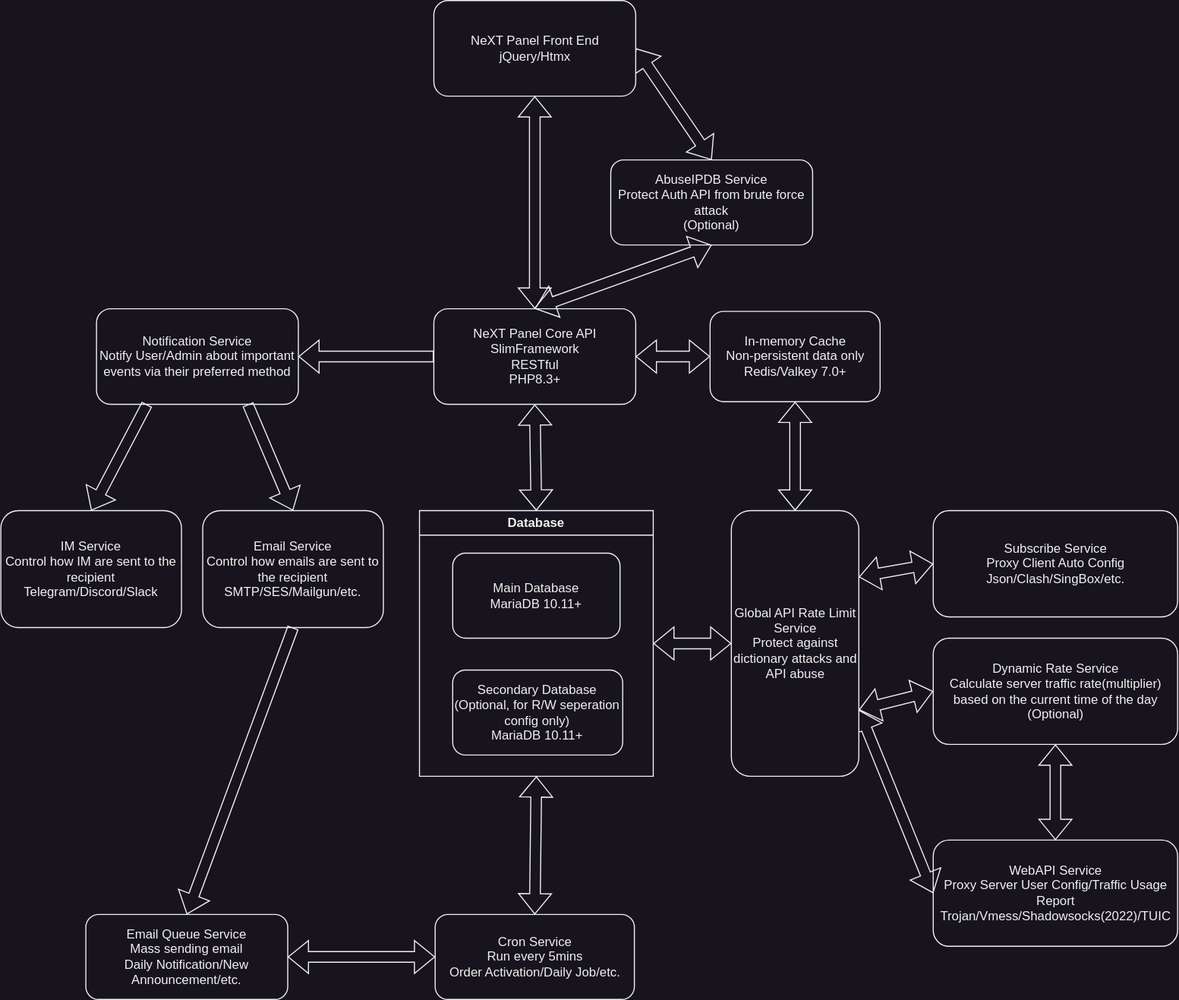
The-NeXT-Project/Docs keeps this draw.io diagram as static/img/system-architecture.svg. Above is the earlier version. Source tidied: cells renumbered, new cells last; positions are measured from the earlier drawing's top-left corner, leaving out a move shared by most shapes.
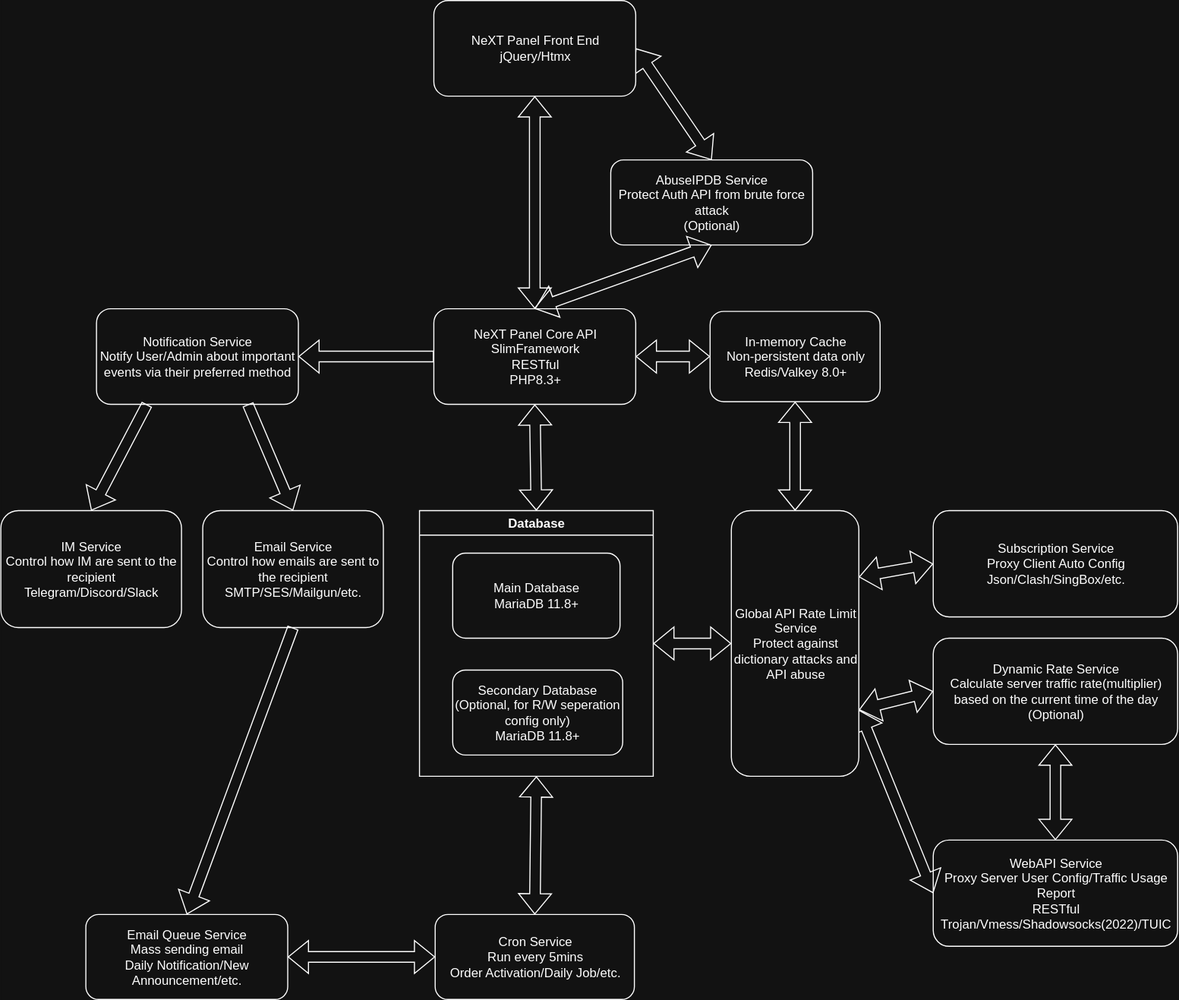
After the commit.

Diff of the diagram source:
```diff
@@ -8,16 +8,16 @@
     <mxCell id="3" value="Database" style="swimlane;whiteSpace=wrap;html=1;startSize=23;" parent="1" vertex="1">
       <mxGeometry x="394" y="480" width="220" height="250" as="geometry" />
     </mxCell>
-    <mxCell id="4" value="Secondary Database&lt;div&gt;(Optional, for R/W seperation config only)&lt;br&gt;&lt;div&gt;MariaDB 10.11+&lt;/div&gt;&lt;/div&gt;" style="rounded=1;whiteSpace=wrap;html=1;" parent="3" vertex="1">
+    <mxCell id="4" value="Secondary Database&lt;div&gt;(Optional, for R/W seperation config only)&lt;br&gt;&lt;div&gt;MariaDB 11.8+&lt;/div&gt;&lt;/div&gt;" style="rounded=1;whiteSpace=wrap;html=1;" parent="3" vertex="1">
       <mxGeometry x="31.2" y="150" width="160" height="80" as="geometry" />
     </mxCell>
-    <mxCell id="5" value="Main Database&lt;div&gt;MariaDB 10.11+&lt;/div&gt;" style="rounded=1;whiteSpace=wrap;html=1;" parent="3" vertex="1">
+    <mxCell id="5" value="Main Database&lt;div&gt;MariaDB 11.8+&lt;/div&gt;" style="rounded=1;whiteSpace=wrap;html=1;" parent="3" vertex="1">
       <mxGeometry x="31.2" y="40" width="157.5" height="80" as="geometry" />
     </mxCell>
     <mxCell id="6" style="shape=flexArrow;endArrow=classic;startArrow=classic;html=1;rounded=0;entryX=0.5;entryY=1;entryDx=0;entryDy=0;exitX=0.5;exitY=0;exitDx=0;exitDy=0;" parent="1" edge="1" source="3" target="2">
       <mxGeometry relative="1" as="geometry" />
     </mxCell>
-    <mxCell id="7" value="In-memory Cache&lt;div&gt;Non-persistent data only&lt;/div&gt;&lt;div&gt;Redis/Valkey 7.0+&lt;/div&gt;" style="rounded=1;whiteSpace=wrap;html=1;" parent="1" vertex="1">
+    <mxCell id="7" value="In-memory Cache&lt;div&gt;Non-persistent data only&lt;/div&gt;&lt;div&gt;Redis/Valkey 8.0+&lt;/div&gt;" style="rounded=1;whiteSpace=wrap;html=1;" parent="1" vertex="1">
       <mxGeometry x="667.5" y="292.5" width="160" height="85" as="geometry" />
     </mxCell>
     <mxCell id="8" value="Cron Service&lt;div&gt;Run every 5mins&lt;/div&gt;&lt;div&gt;Order Activation/Daily Job/etc.&lt;/div&gt;" style="rounded=1;whiteSpace=wrap;html=1;" parent="1" vertex="1">
@@ -26,7 +26,7 @@
     <mxCell id="9" style="shape=flexArrow;endArrow=classic;startArrow=classic;html=1;rounded=0;entryX=0;entryY=0.5;entryDx=0;entryDy=0;exitX=1;exitY=0.5;exitDx=0;exitDy=0;" parent="1" edge="1" source="2" target="7">
       <mxGeometry relative="1" as="geometry" />
     </mxCell>
-    <mxCell id="10" value="WebAPI Service&lt;div&gt;Proxy Server User Config/Traffic Usage Report&lt;/div&gt;&lt;div&gt;Trojan/Vmess/Shadowsocks(2022)/TUIC&lt;/div&gt;" style="rounded=1;whiteSpace=wrap;html=1;" parent="1" vertex="1">
+    <mxCell id="10" value="WebAPI Service&lt;div&gt;Proxy Server User Config/Traffic Usage Report&lt;/div&gt;&lt;div&gt;RESTful&lt;/div&gt;&lt;div&gt;Trojan/Vmess/Shadowsocks(2022)/TUIC&lt;/div&gt;" style="rounded=1;whiteSpace=wrap;html=1;" parent="1" vertex="1">
       <mxGeometry x="877.5" y="790" width="230" height="100" as="geometry" />
     </mxCell>
     <mxCell id="11" style="shape=flexArrow;endArrow=classic;startArrow=classic;html=1;rounded=0;entryX=0.5;entryY=0;entryDx=0;entryDy=0;exitX=0.5;exitY=1;exitDx=0;exitDy=0;" parent="1" edge="1" source="3" target="8">
@@ -35,7 +35,7 @@
     <mxCell id="12" style="shape=flexArrow;endArrow=classic;startArrow=classic;html=1;rounded=0;entryX=0;entryY=0.5;entryDx=0;entryDy=0;exitX=1;exitY=0.75;exitDx=0;exitDy=0;" parent="1" edge="1" source="15" target="10">
       <mxGeometry relative="1" as="geometry" />
     </mxCell>
-    <mxCell id="13" value="Subscribe Service&lt;div&gt;Proxy Client Auto Config&lt;br&gt;&lt;div&gt;Json/Clash/SingBox/etc.&lt;/div&gt;&lt;/div&gt;" style="rounded=1;whiteSpace=wrap;html=1;" parent="1" vertex="1">
+    <mxCell id="13" value="Subscription Service&lt;div&gt;Proxy Client Auto Config&lt;br&gt;&lt;div&gt;Json/Clash/SingBox/etc.&lt;/div&gt;&lt;/div&gt;" style="rounded=1;whiteSpace=wrap;html=1;" parent="1" vertex="1">
       <mxGeometry x="877.5" y="480" width="230" height="100" as="geometry" />
     </mxCell>
     <mxCell id="14" style="shape=flexArrow;endArrow=classic;startArrow=classic;html=1;rounded=0;entryX=0;entryY=0.5;entryDx=0;entryDy=0;exitX=1;exitY=0.25;exitDx=0;exitDy=0;" parent="1" edge="1" source="15" target="13">
```
